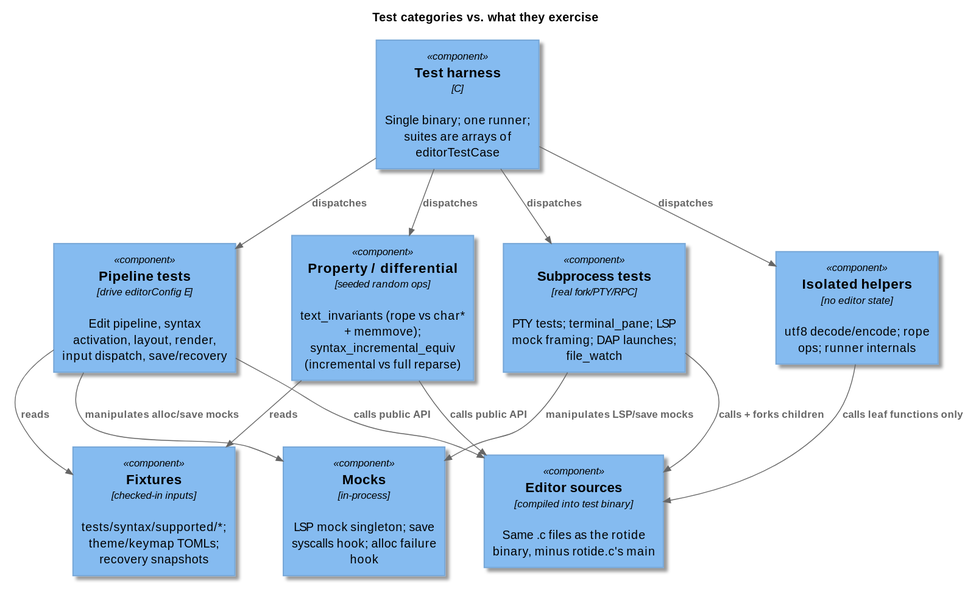
Before: docs/diagrams/svg/test-categories.svg, a diagram exported from PlantUML (kokkoniemi/rotide). Its source is kept beside it as docs/diagrams/src/test-categories.puml. Its diagram source:
```plantuml
@startuml
skin rose
!include <C4/C4_Component>
skinparam backgroundColor #FFFFFF

title Test categories vs. what they exercise

Component(harness, "Test harness", "C", "Single binary; one runner; suites are arrays of editorTestCase")

Component(helpers, "Isolated helpers", "no editor state", "utf8 decode/encode; rope ops; runner internals")
Component(pipeline, "Pipeline tests", "drive editorConfig E", "Edit pipeline, syntax activation, layout, render, input dispatch, save/recovery")
Component(property, "Property / differential", "seeded random ops", "text_invariants (rope vs char* + memmove); syntax_incremental_equiv (incremental vs full reparse)")
Component(subprocess, "Subprocess tests", "real fork/PTY/RPC", "PTY tests; terminal_pane; LSP mock framing; DAP launches; file_watch")

Component(rotide_lib, "Editor sources", "compiled into test binary", "Same .c files as the rotide binary, minus rotide.c's main")
Component(fixtures, "Fixtures", "checked-in inputs", "tests/syntax/supported/*; theme/keymap TOMLs; recovery snapshots")
Component(mocks, "Mocks", "in-process", "LSP mock singleton; save syscalls hook; alloc failure hook")

Rel(harness, helpers, "dispatches")
Rel(harness, pipeline, "dispatches")
Rel(harness, property, "dispatches")
Rel(harness, subprocess, "dispatches")

Rel(pipeline, rotide_lib, "calls public API")
Rel(property, rotide_lib, "calls public API")
Rel(subprocess, rotide_lib, "calls + forks children")
Rel(helpers, rotide_lib, "calls leaf functions only")

Rel(pipeline, fixtures, "reads")
Rel(property, fixtures, "reads")
Rel(subprocess, mocks, "manipulates LSP/save mocks")
Rel(pipeline, mocks, "manipulates alloc/save mocks")

@enduml
```
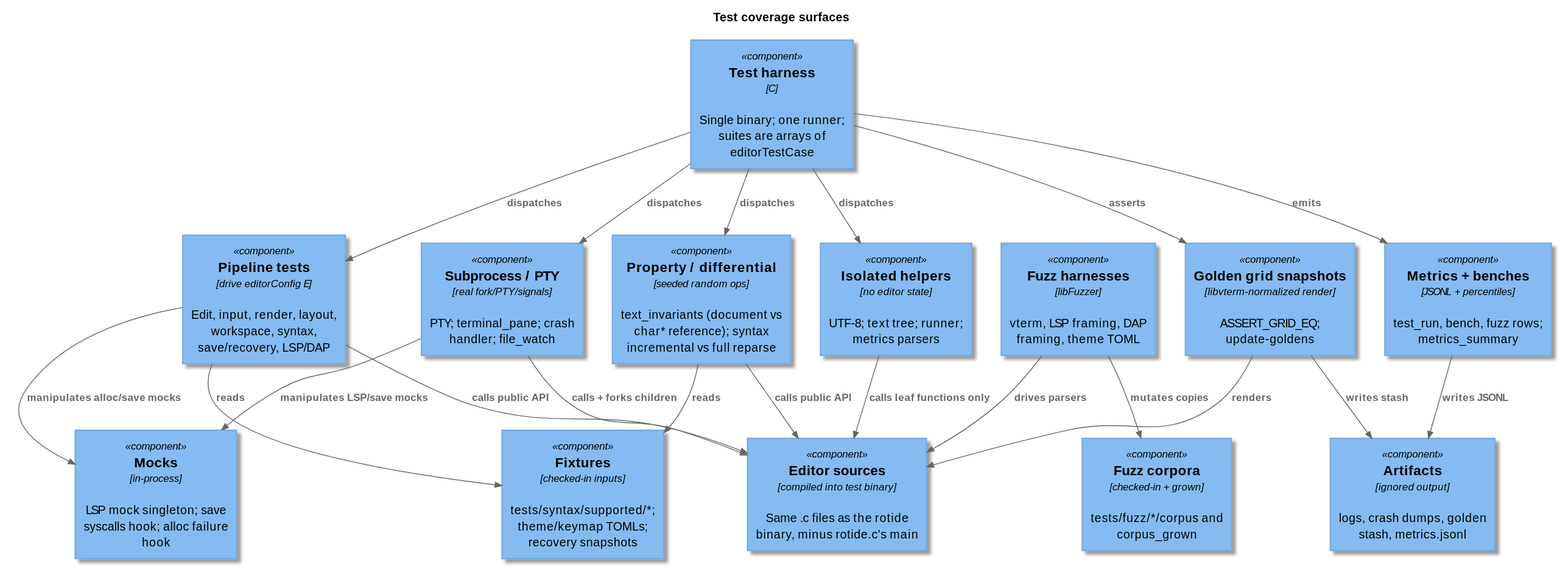
Above is the later version.

The edit, as a diff of the source:
```diff
@@ -3,32 +3,44 @@
 !include <C4/C4_Component>
 skinparam backgroundColor #FFFFFF
 
-title Test categories vs. what they exercise
+title Test coverage surfaces
 
 Component(harness, "Test harness", "C", "Single binary; one runner; suites are arrays of editorTestCase")
 
-Component(helpers, "Isolated helpers", "no editor state", "utf8 decode/encode; rope ops; runner internals")
-Component(pipeline, "Pipeline tests", "drive editorConfig E", "Edit pipeline, syntax activation, layout, render, input dispatch, save/recovery")
-Component(property, "Property / differential", "seeded random ops", "text_invariants (rope vs char* + memmove); syntax_incremental_equiv (incremental vs full reparse)")
-Component(subprocess, "Subprocess tests", "real fork/PTY/RPC", "PTY tests; terminal_pane; LSP mock framing; DAP launches; file_watch")
+Component(helpers, "Isolated helpers", "no editor state", "UTF-8; text tree; runner; metrics parsers")
+Component(pipeline, "Pipeline tests", "drive editorConfig E", "Edit, input, render, layout, workspace, syntax, save/recovery, LSP/DAP")
+Component(property, "Property / differential", "seeded random ops", "text_invariants (document vs char* reference); syntax incremental vs full reparse")
+Component(subprocess, "Subprocess / PTY", "real fork/PTY/signals", "PTY; terminal_pane; crash handler; file_watch")
+Component(fuzz, "Fuzz harnesses", "libFuzzer", "vterm, LSP framing, DAP framing, theme TOML")
+Component(golden, "Golden grid snapshots", "libvterm-normalized render", "ASSERT_GRID_EQ; update-goldens")
+Component(metrics, "Metrics + benches", "JSONL + percentiles", "test_run, bench, fuzz rows; metrics_summary")
 
 Component(rotide_lib, "Editor sources", "compiled into test binary", "Same .c files as the rotide binary, minus rotide.c's main")
 Component(fixtures, "Fixtures", "checked-in inputs", "tests/syntax/supported/*; theme/keymap TOMLs; recovery snapshots")
 Component(mocks, "Mocks", "in-process", "LSP mock singleton; save syscalls hook; alloc failure hook")
+Component(corpus, "Fuzz corpora", "checked-in + grown", "tests/fuzz/*/corpus and corpus_grown")
+Component(artifacts, "Artifacts", "ignored output", "logs, crash dumps, golden stash, metrics.jsonl")
 
 Rel(harness, helpers, "dispatches")
 Rel(harness, pipeline, "dispatches")
 Rel(harness, property, "dispatches")
 Rel(harness, subprocess, "dispatches")
+Rel(harness, golden, "asserts")
+Rel(harness, metrics, "emits")
 
 Rel(pipeline, rotide_lib, "calls public API")
 Rel(property, rotide_lib, "calls public API")
 Rel(subprocess, rotide_lib, "calls + forks children")
 Rel(helpers, rotide_lib, "calls leaf functions only")
+Rel(fuzz, rotide_lib, "drives parsers")
+Rel(golden, rotide_lib, "renders")
 
 Rel(pipeline, fixtures, "reads")
 Rel(property, fixtures, "reads")
 Rel(subprocess, mocks, "manipulates LSP/save mocks")
 Rel(pipeline, mocks, "manipulates alloc/save mocks")
+Rel(fuzz, corpus, "mutates copies")
+Rel(golden, artifacts, "writes stash")
+Rel(metrics, artifacts, "writes JSONL")
 
 @enduml
```
